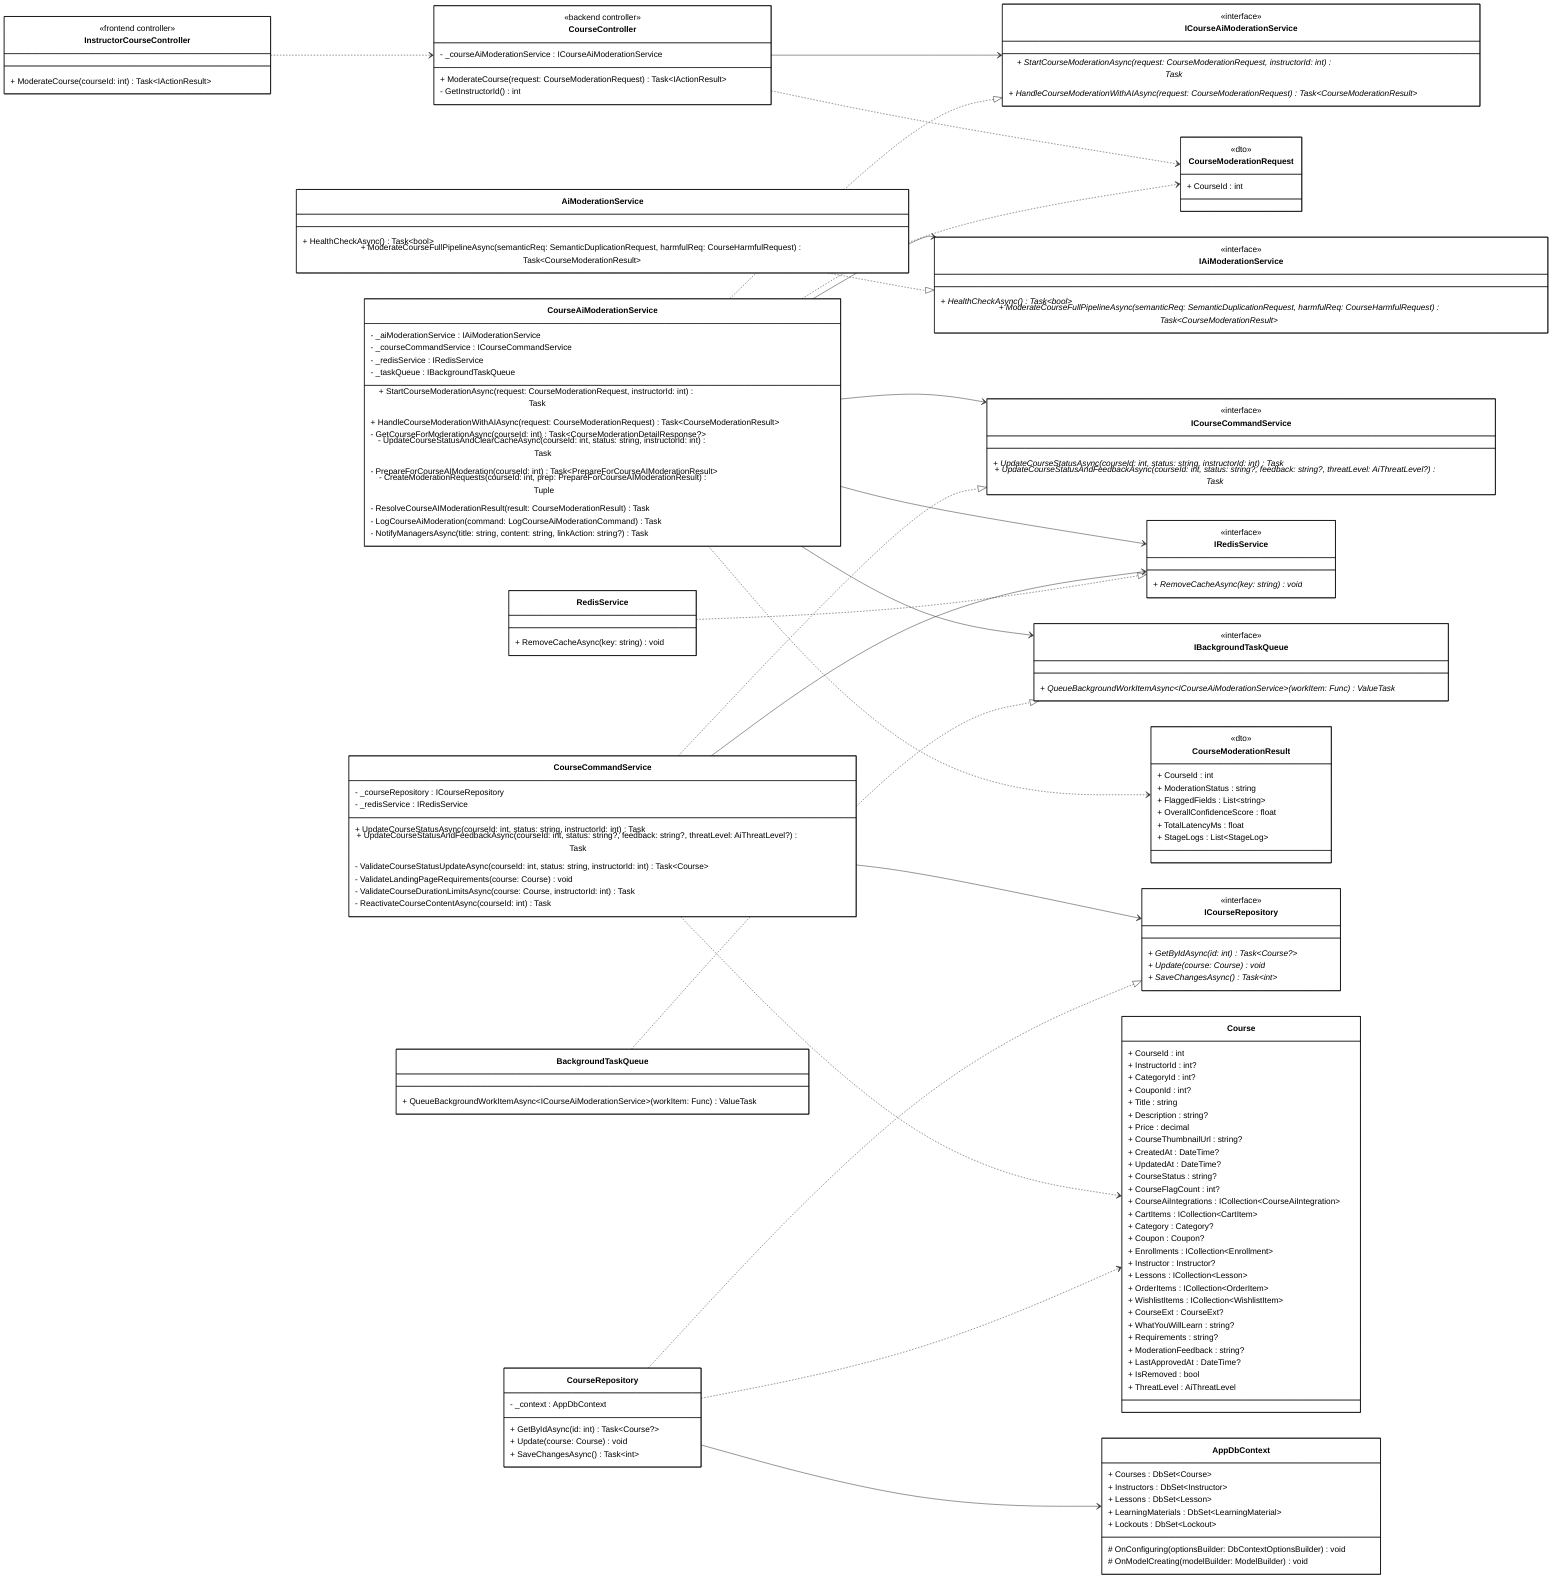
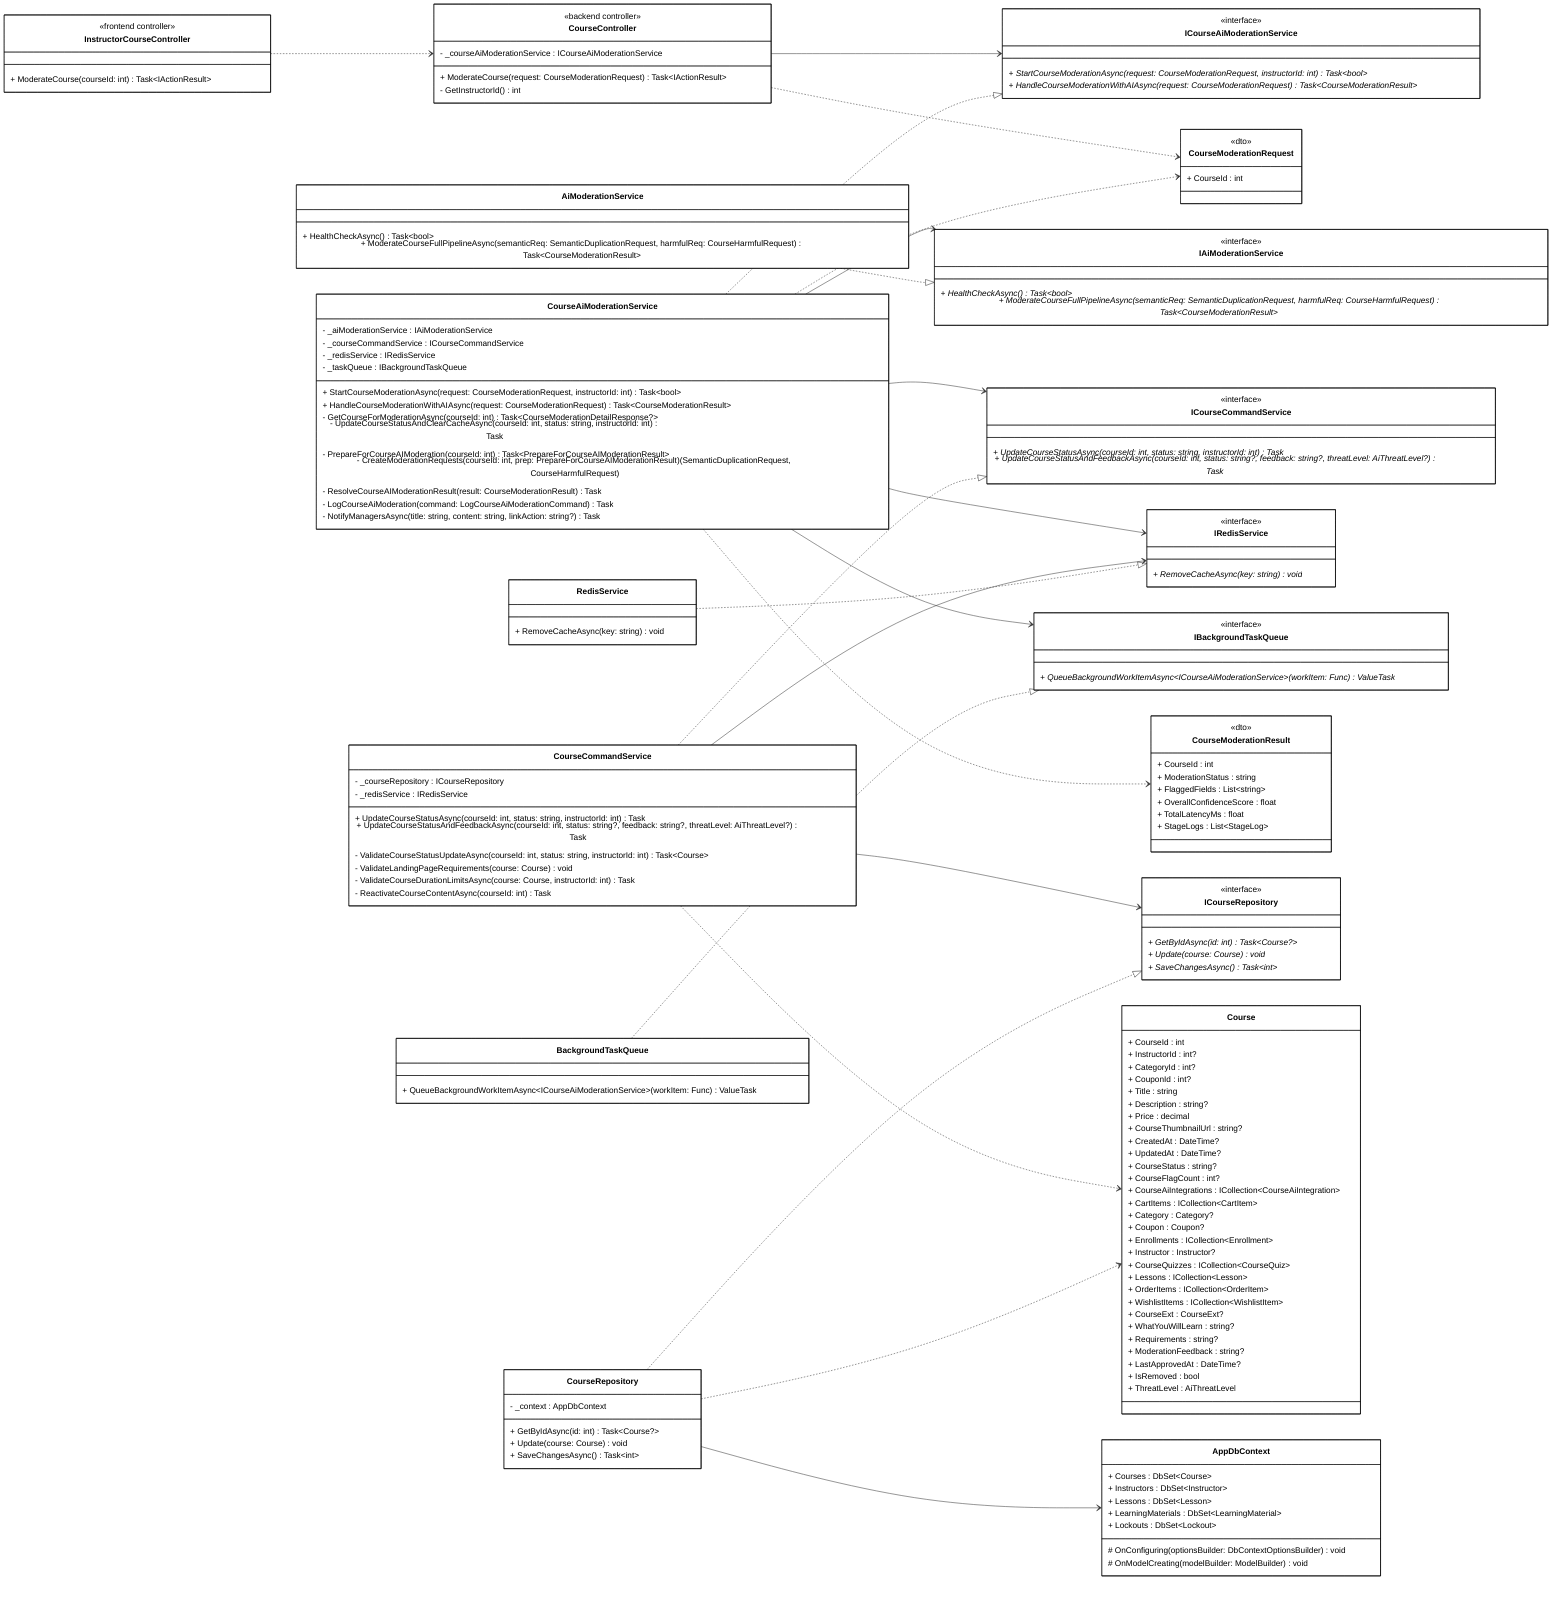

classDiagram
direction LR

%% ==================== FRONTEND ====================

class InstructorCourseControllerFE["InstructorCourseController"] {
    <<frontend controller>>
    + ModerateCourse(courseId: int) Task~IActionResult~
}

%% ==================== BACKEND - CONTROLLER ====================

class CourseController {
    <<backend controller>>
    - _courseAiModerationService : ICourseAiModerationService

    + ModerateCourse(request: CourseModerationRequest) Task~IActionResult~
    - GetInstructorId() int
}

%% ==================== BACKEND - DTOs ====================

class CourseModerationRequest {
    <<dto>>
    + CourseId : int
}

class CourseModerationResult {
    <<dto>>
    + CourseId : int
    + ModerationStatus : string
    + FlaggedFields : List~string~
    + OverallConfidenceScore : float
    + TotalLatencyMs : float
    + StageLogs : List~StageLog~
}

%% ==================== BACKEND - DOMAIN ENTITIES ====================

class Course {
    + CourseId : int
    + InstructorId : int?
    + CategoryId : int?
    + CouponId : int?
    + Title : string
    + Description : string?
    + Price : decimal
    + CourseThumbnailUrl : string?
    + CreatedAt : DateTime?
    + UpdatedAt : DateTime?
    + CourseStatus : string?
    + CourseFlagCount : int?
    + CourseAiIntegrations : ICollection~CourseAiIntegration~
    + CartItems : ICollection~CartItem~
    + Category : Category?
    + Coupon : Coupon?
    + Enrollments : ICollection~Enrollment~
    + Instructor : Instructor?
+     + CourseQuizzes : ICollection~CourseQuiz~
    + Lessons : ICollection~Lesson~
    + OrderItems : ICollection~OrderItem~
    + WishlistItems : ICollection~WishlistItem~
    + CourseExt : CourseExt?
    + WhatYouWillLearn : string?
    + Requirements : string?
    + ModerationFeedback : string?
    + LastApprovedAt : DateTime?
    + IsRemoved : bool
    + ThreatLevel : AiThreatLevel
}

%% ==================== BACKEND - SERVICE INTERFACES ====================

class ICourseAiModerationService {
    <<interface>>
-     + StartCourseModerationAsync(request: CourseModerationRequest, instructorId: int) Task *
+     + StartCourseModerationAsync(request: CourseModerationRequest, instructorId: int) Task~bool~ *
    + HandleCourseModerationWithAIAsync(request: CourseModerationRequest) Task~CourseModerationResult~ *
}

class IAiModerationService {
    <<interface>>
    + HealthCheckAsync() Task~bool~ *
    + ModerateCourseFullPipelineAsync(semanticReq: SemanticDuplicationRequest, harmfulReq: CourseHarmfulRequest) Task~CourseModerationResult~ *
}

class ICourseCommandService {
    <<interface>>
    + UpdateCourseStatusAsync(courseId: int, status: string, instructorId: int) Task *
    + UpdateCourseStatusAndFeedbackAsync(courseId: int, status: string?, feedback: string?, threatLevel: AiThreatLevel?) Task *
}

class IRedisService {
    <<interface>>
    + RemoveCacheAsync(key: string) void *
}

class IBackgroundTaskQueue {
    <<interface>>
    + QueueBackgroundWorkItemAsync~ICourseAiModerationService~(workItem: Func) ValueTask *
}

class ICourseRepository {
    <<interface>>
    + GetByIdAsync(id: int) Task~Course?~ *
    + Update(course: Course) void *
    + SaveChangesAsync() Task~int~ *
}

%% ==================== BACKEND - SERVICE IMPLEMENTATION ====================

class CourseAiModerationService {
    - _aiModerationService : IAiModerationService
    - _courseCommandService : ICourseCommandService
    - _redisService : IRedisService
    - _taskQueue : IBackgroundTaskQueue

-     + StartCourseModerationAsync(request: CourseModerationRequest, instructorId: int) Task
+     + StartCourseModerationAsync(request: CourseModerationRequest, instructorId: int) Task~bool~
    + HandleCourseModerationWithAIAsync(request: CourseModerationRequest) Task~CourseModerationResult~
    - GetCourseForModerationAsync(courseId: int) Task~CourseModerationDetailResponse?~
    - UpdateCourseStatusAndClearCacheAsync(courseId: int, status: string, instructorId: int) Task
    - PrepareForCourseAIModeration(courseId: int) Task~PrepareForCourseAIModerationResult~
-     - CreateModerationRequests(courseId: int, prep: PrepareForCourseAIModerationResult) Tuple
+     - CreateModerationRequests(courseId: int, prep: PrepareForCourseAIModerationResult) (SemanticDuplicationRequest, CourseHarmfulRequest)
    - ResolveCourseAIModerationResult(result: CourseModerationResult) Task
    - LogCourseAiModeration(command: LogCourseAiModerationCommand) Task
    - NotifyManagersAsync(title: string, content: string, linkAction: string?) Task
}

class AiModerationService {
    + HealthCheckAsync() Task~bool~
    + ModerateCourseFullPipelineAsync(semanticReq: SemanticDuplicationRequest, harmfulReq: CourseHarmfulRequest) Task~CourseModerationResult~
}

class RedisService {
    + RemoveCacheAsync(key: string) void
}

class BackgroundTaskQueue {
    + QueueBackgroundWorkItemAsync~ICourseAiModerationService~(workItem: Func) ValueTask
}

class CourseCommandService {
    - _courseRepository : ICourseRepository
    - _redisService : IRedisService

    + UpdateCourseStatusAsync(courseId: int, status: string, instructorId: int) Task
    + UpdateCourseStatusAndFeedbackAsync(courseId: int, status: string?, feedback: string?, threatLevel: AiThreatLevel?) Task
    - ValidateCourseStatusUpdateAsync(courseId: int, status: string, instructorId: int) Task~Course~
    - ValidateLandingPageRequirements(course: Course) void
    - ValidateCourseDurationLimitsAsync(course: Course, instructorId: int) Task
    - ReactivateCourseContentAsync(courseId: int) Task
}

%% ==================== BACKEND - REPOSITORY IMPLEMENTATION ====================

class CourseRepository {
    - _context : AppDbContext

    + GetByIdAsync(id: int) Task~Course?~
    + Update(course: Course) void
    + SaveChangesAsync() Task~int~
}

%% ==================== BACKEND - DbContext ====================

class AppDbContext {
    + Courses : DbSet~Course~
    + Instructors : DbSet~Instructor~
    + Lessons : DbSet~Lesson~
    + LearningMaterials : DbSet~LearningMaterial~
    + Lockouts : DbSet~Lockout~

    # OnConfiguring(optionsBuilder: DbContextOptionsBuilder) void
    # OnModelCreating(modelBuilder: ModelBuilder) void
}

%% ==================== RELATIONSHIPS ====================

%% === COMPOSITION (filled diamond) ===

%% === AGGREGATION (hollow diamond) ===

%% === UNIDIRECTIONAL ASSOCIATION (solid arrow) ===
CourseController --> ICourseAiModerationService
CourseAiModerationService --> IAiModerationService
CourseAiModerationService --> ICourseCommandService
CourseAiModerationService --> IRedisService
CourseAiModerationService --> IBackgroundTaskQueue
CourseCommandService --> ICourseRepository
CourseCommandService --> IRedisService
CourseRepository --> AppDbContext

%% === INTERFACE REALIZATION ===
CourseAiModerationService ..|> ICourseAiModerationService
AiModerationService ..|> IAiModerationService
CourseCommandService ..|> ICourseCommandService
RedisService ..|> IRedisService
CourseRepository ..|> ICourseRepository
BackgroundTaskQueue ..|> IBackgroundTaskQueue

%% === DEPENDENCY (dashed arrows) ===
InstructorCourseControllerFE ..> CourseController
CourseController ..> CourseModerationRequest
CourseAiModerationService ..> CourseModerationRequest
CourseAiModerationService ..> CourseModerationResult
CourseCommandService ..> Course
CourseRepository ..> Course

%% === BIDIRECTIONAL ASSOCIATION ===

%% ==================== STYLES ====================

classDef default fill:#FFFFFF,stroke:#000000,stroke-width:1px,color:#000000

